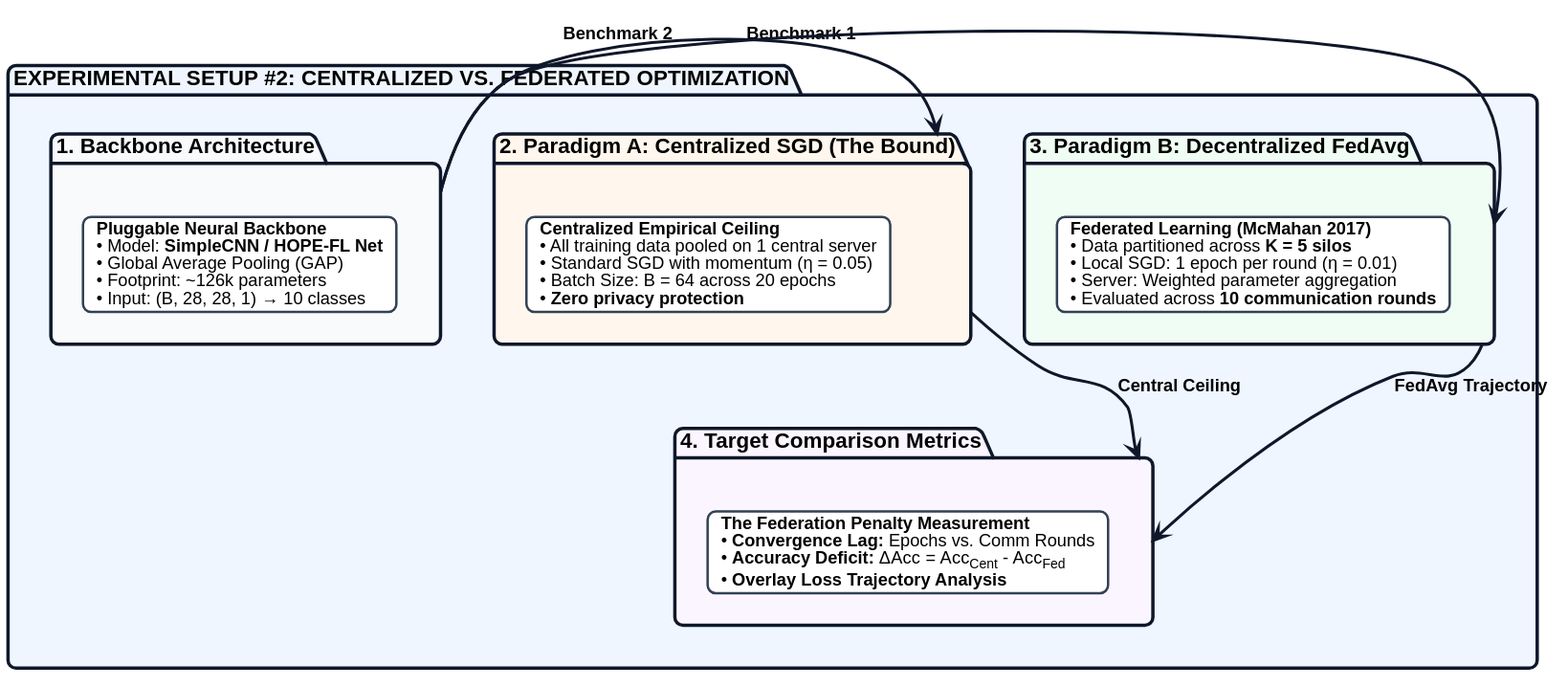
Before: diagrams/03-system-architecture/slide_presentation/slide_33_setup2_centralized_vs_fed.svg, a diagram exported from PlantUML (bernardbdas/research). The source it was exported from:
```plantuml
@startuml
top to bottom direction

skinparam monochrome false
skinparam shadowing false
skinparam roundcorner 12
skinparam defaultFontName "Helvetica"
skinparam defaultFontSize 14
skinparam ranksep 35
skinparam nodesep 25

skinparam package {
    BackgroundColor #FFFFFF
    BorderColor #0F172A
    BorderThickness 2.5
    FontStyle bold
    FontSize 16
}

skinparam card {
    BackgroundColor #FFFFFF
    BorderColor #334155
    BorderThickness 1.8
    FontSize 13
}

skinparam arrow {
    Color #0F172A
    Thickness 2.2
    FontSize 13
    FontStyle bold
}

package "EXPERIMENTAL SETUP #2: CENTRALIZED VS. FEDERATED OPTIMIZATION" as Setup2 #EFF6FF {

    package "1. Backbone Architecture" as S1 #F8FAFC {
        card "<b>Pluggable Neural Backbone</b>\n• Model: <b>SimpleCNN / HOPE-FL Net</b>\n• Global Average Pooling (GAP)\n• Footprint: ~126k parameters\n• Input: (B, 28, 28, 1) → 10 classes" as ModelCard #FFFFFF
    }

    package "2. Paradigm A: Centralized SGD (The Bound)" as S2 #FFF7ED {
        card "<b>Centralized Empirical Ceiling</b>\n• All training data pooled on 1 central server\n• Standard SGD with momentum (η = 0.05)\n• Batch Size: B = 64 across 20 epochs\n• <b>Zero privacy protection</b>" as CentCard #FFFFFF
    }

    package "3. Paradigm B: Decentralized FedAvg" as S3 #F0FDF4 {
        card "<b>Federated Learning (McMahan 2017)</b>\n• Data partitioned across <b>K = 5 silos</b>\n• Local SGD: 1 epoch per round (η = 0.01)\n• Server: Weighted parameter aggregation\n• Evaluated across <b>10 communication rounds</b>" as FedCard #FFFFFF
    }

    package "4. Target Comparison Metrics" as S4 #FAF5FF {
        card "<b>The Federation Penalty Measurement</b>\n• <b>Convergence Lag:</b> Epochs vs. Comm Rounds\n• <b>Accuracy Deficit:</b> ΔAcc = Acc<sub>Cent</sub> - Acc<sub>Fed</sub>\n• <b>Overlay Loss Trajectory Analysis</b>" as MetricCard #FFFFFF
    }

    S1 -right-> S2 : Benchmark 1
    S1 -right-> S3 : Benchmark 2
    S2 -down-> S4 : Central Ceiling
    S3 -down-> S4 : FedAvg Trajectory
}
@enduml
```
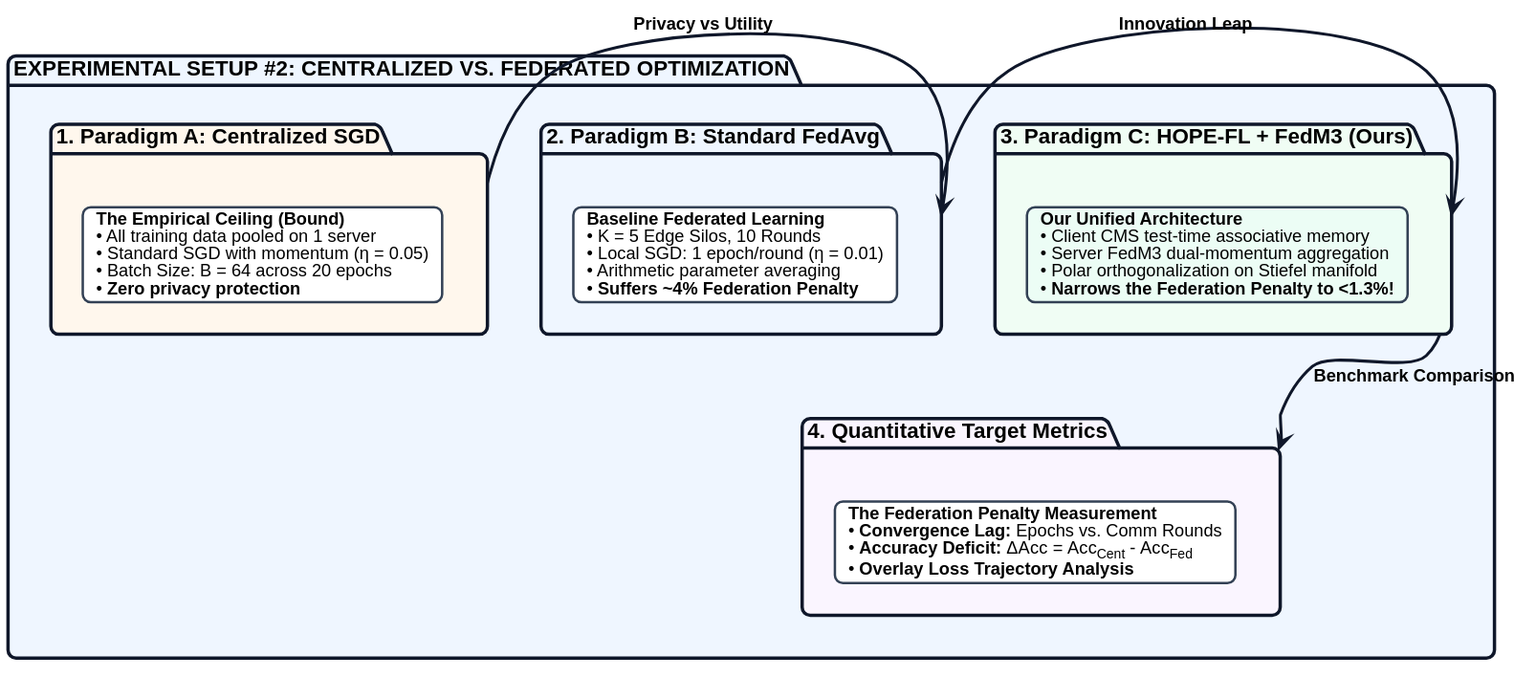
Above is the later version.

Change to the diagram source:
```diff
@@ -33,25 +33,24 @@
 
 package "EXPERIMENTAL SETUP #2: CENTRALIZED VS. FEDERATED OPTIMIZATION" as Setup2 #EFF6FF {
 
-    package "1. Backbone Architecture" as S1 #F8FAFC {
-        card "<b>Pluggable Neural Backbone</b>\n• Model: <b>SimpleCNN / HOPE-FL Net</b>\n• Global Average Pooling (GAP)\n• Footprint: ~126k parameters\n• Input: (B, 28, 28, 1) → 10 classes" as ModelCard #FFFFFF
+    package "1. Paradigm A: Centralized SGD" as S1 #FFF7ED {
+        card "<b>The Empirical Ceiling (Bound)</b>\n• All training data pooled on 1 server\n• Standard SGD with momentum (η = 0.05)\n• Batch Size: B = 64 across 20 epochs\n• <b>Zero privacy protection</b>" as C1 #FFFFFF
     }
 
-    package "2. Paradigm A: Centralized SGD (The Bound)" as S2 #FFF7ED {
-        card "<b>Centralized Empirical Ceiling</b>\n• All training data pooled on 1 central server\n• Standard SGD with momentum (η = 0.05)\n• Batch Size: B = 64 across 20 epochs\n• <b>Zero privacy protection</b>" as CentCard #FFFFFF
+    package "2. Paradigm B: Standard FedAvg" as S2 #EFF6FF {
+        card "<b>Baseline Federated Learning</b>\n• K = 5 Edge Silos, 10 Rounds\n• Local SGD: 1 epoch/round (η = 0.01)\n• Arithmetic parameter averaging\n• <b>Suffers ~4% Federation Penalty</b>" as C2 #FFFFFF
     }
 
-    package "3. Paradigm B: Decentralized FedAvg" as S3 #F0FDF4 {
-        card "<b>Federated Learning (McMahan 2017)</b>\n• Data partitioned across <b>K = 5 silos</b>\n• Local SGD: 1 epoch per round (η = 0.01)\n• Server: Weighted parameter aggregation\n• Evaluated across <b>10 communication rounds</b>" as FedCard #FFFFFF
+    package "3. Paradigm C: HOPE-FL + FedM3 (Ours)" as S3 #F0FDF4 {
+        card "<b>Our Unified Architecture</b>\n• Client CMS test-time associative memory\n• Server FedM3 dual-momentum aggregation\n• Polar orthogonalization on Stiefel manifold\n• <b>Narrows the Federation Penalty to <1.3%!</b>" as C3 #ECFDF5
     }
 
-    package "4. Target Comparison Metrics" as S4 #FAF5FF {
-        card "<b>The Federation Penalty Measurement</b>\n• <b>Convergence Lag:</b> Epochs vs. Comm Rounds\n• <b>Accuracy Deficit:</b> ΔAcc = Acc<sub>Cent</sub> - Acc<sub>Fed</sub>\n• <b>Overlay Loss Trajectory Analysis</b>" as MetricCard #FFFFFF
+    package "4. Quantitative Target Metrics" as S4 #FAF5FF {
+        card "<b>The Federation Penalty Measurement</b>\n• <b>Convergence Lag:</b> Epochs vs. Comm Rounds\n• <b>Accuracy Deficit:</b> ΔAcc = Acc<sub>Cent</sub> - Acc<sub>Fed</sub>\n• <b>Overlay Loss Trajectory Analysis</b>" as C4 #FFFFFF
     }
 
-    S1 -right-> S2 : Benchmark 1
-    S1 -right-> S3 : Benchmark 2
-    S2 -down-> S4 : Central Ceiling
-    S3 -down-> S4 : FedAvg Trajectory
+    S1 -right-> S2 : Privacy vs Utility
+    S2 -right-> S3 : Innovation Leap
+    S3 -down-> S4 : Benchmark Comparison
 }
 @enduml
```
